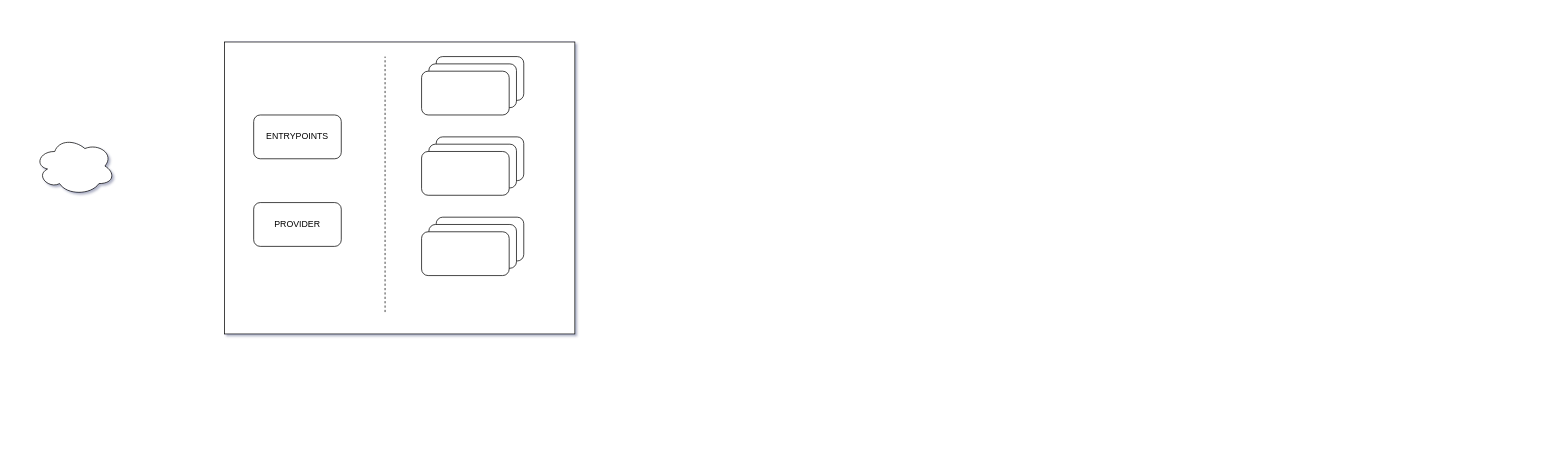
Above: traefik.drawio in flyaways/draw.io (draw.io), before the change. Source tidied: cells renumbered, new cells numbered last; positions are measured from the earlier drawing's top-left corner, leaving out a move shared by most shapes. Both pictures are drawn from the tidied source at 73%, with x=0, y=0 at pixel (34, 42).
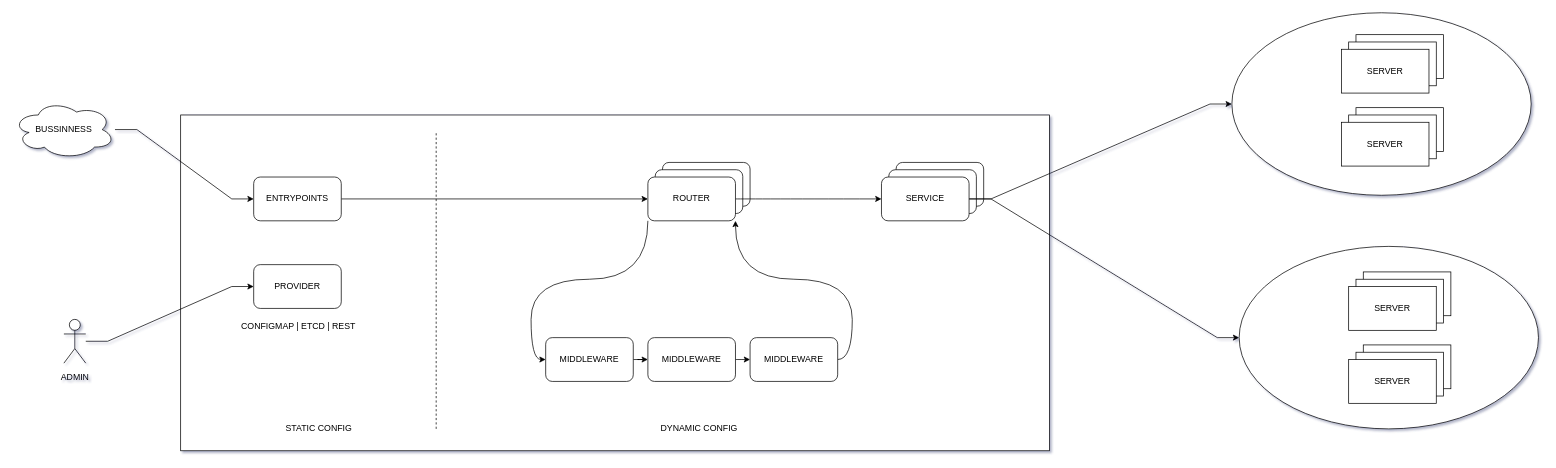
After the change.

Diff of the diagram source:
```diff
@@
     <mxCell id="2" style="rounded=0;whiteSpace=wrap;html=1;" parent="1" vertex="1">
-      <mxGeometry x="260" width="480" height="400" as="geometry" />
+      <mxGeometry x="200" y="100" width="1190" height="460" as="geometry" />
     </mxCell>
+    <mxCell id="16" style="edgeStyle=orthogonalEdgeStyle;rounded=0;jettySize=auto;html=1;" parent="1" edge="1" source="3" target="7">
+      <mxGeometry relative="1" as="geometry" />
+    </mxCell>
     <mxCell id="3" value="ENTRYPOINTS" style="rounded=1;whiteSpace=wrap;html=1;" parent="1" vertex="1">
-      <mxGeometry x="300" y="100" width="120" height="60" as="geometry" />
+      <mxGeometry x="300" y="185" width="120" height="60" as="geometry" />
     </mxCell>
     <mxCell id="4" value="PROVIDER" style="rounded=1;whiteSpace=wrap;html=1;" parent="1" vertex="1">
-      <mxGeometry x="300" y="220" width="120" height="60" as="geometry" />
+      <mxGeometry x="300" y="305" width="120" height="60" as="geometry" />
     </mxCell>
     <mxCell id="5" style="rounded=1;whiteSpace=wrap;html=1;" parent="1" vertex="1">
-      <mxGeometry x="550" y="20" width="120" height="60" as="geometry" />
+      <mxGeometry x="860" y="165" width="120" height="60" as="geometry" />
     </mxCell>
     <mxCell id="6" style="rounded=1;whiteSpace=wrap;html=1;" parent="1" vertex="1">
-      <mxGeometry x="540" y="30" width="120" height="60" as="geometry" />
+      <mxGeometry x="850" y="175" width="120" height="60" as="geometry" />
     </mxCell>
+    <mxCell id="17" style="edgeStyle=orthogonalEdgeStyle;curved=1;rounded=0;jettySize=auto;html=1;exitX=0;exitY=1;exitDx=0;exitDy=0;entryX=0;entryY=0.5;entryDx=0;entryDy=0;" parent="1" edge="1" source="7" target="25">
+      <mxGeometry relative="1" as="geometry" />
+    </mxCell>
+    <mxCell id="18" style="edgeStyle=orthogonalEdgeStyle;curved=1;rounded=0;jettySize=auto;html=1;exitX=1;exitY=0.5;exitDx=0;exitDy=0;" parent="1" edge="1" source="7" target="10">
+      <mxGeometry relative="1" as="geometry" />
+    </mxCell>
-    <mxCell id="7" style="rounded=1;whiteSpace=wrap;html=1;" parent="1" vertex="1">
-      <mxGeometry x="530" y="40" width="120" height="60" as="geometry" />
+    <mxCell id="7" value="ROUTER" style="rounded=1;whiteSpace=wrap;html=1;" parent="1" vertex="1">
+      <mxGeometry x="840" y="185" width="120" height="60" as="geometry" />
     </mxCell>
     <mxCell id="8" style="rounded=1;whiteSpace=wrap;html=1;" parent="1" vertex="1">
-      <mxGeometry x="550" y="130" width="120" height="60" as="geometry" />
+      <mxGeometry x="1180" y="165" width="120" height="60" as="geometry" />
     </mxCell>
     <mxCell id="9" style="rounded=1;whiteSpace=wrap;html=1;" parent="1" vertex="1">
-      <mxGeometry x="540" y="140" width="120" height="60" as="geometry" />
+      <mxGeometry x="1170" y="175" width="120" height="60" as="geometry" />
     </mxCell>
+    <mxCell id="19" style="edgeStyle=entityRelationEdgeStyle;rounded=0;jettySize=auto;html=1;exitX=1;exitY=0.5;exitDx=0;exitDy=0;entryX=0;entryY=0.5;entryDx=0;entryDy=0;" parent="1" edge="1" source="10" target="22">
+      <mxGeometry relative="1" as="geometry" />
+    </mxCell>
+    <mxCell id="20" style="edgeStyle=entityRelationEdgeStyle;rounded=0;jettySize=auto;html=1;exitX=1;exitY=0.5;exitDx=0;exitDy=0;entryX=0;entryY=0.5;entryDx=0;entryDy=0;" parent="1" edge="1" source="10" target="23">
+      <mxGeometry relative="1" as="geometry" />
+    </mxCell>
-    <mxCell id="10" style="rounded=1;whiteSpace=wrap;html=1;" parent="1" vertex="1">
-      <mxGeometry x="530" y="150" width="120" height="60" as="geometry" />
+    <mxCell id="10" value="SERVICE" style="rounded=1;whiteSpace=wrap;html=1;" parent="1" vertex="1">
+      <mxGeometry x="1160" y="185" width="120" height="60" as="geometry" />
     </mxCell>
-    <mxCell id="11" style="rounded=1;whiteSpace=wrap;html=1;" parent="1" vertex="1">
-      <mxGeometry x="550" y="240" width="120" height="60" as="geometry" />
-    </mxCell>
-    <mxCell id="12" style="rounded=1;whiteSpace=wrap;html=1;" parent="1" vertex="1">
-      <mxGeometry x="540" y="250" width="120" height="60" as="geometry" />
-    </mxCell>
-    <mxCell id="13" style="rounded=1;whiteSpace=wrap;html=1;" parent="1" vertex="1">
-      <mxGeometry x="530" y="260" width="120" height="60" as="geometry" />
-    </mxCell>
     <mxCell id="14" style="endArrow=none;dashed=1;html=1;" parent="1" edge="1">
       <mxGeometry relative="1" as="geometry">
-        <mxPoint x="480" y="370" as="sourcePoint" />
-        <mxPoint x="480" y="20" as="targetPoint" />
+        <mxPoint x="550" y="530" as="sourcePoint" />
+        <mxPoint x="550" y="124" as="targetPoint" />
       </mxGeometry>
     </mxCell>
+    <mxCell id="21" style="edgeStyle=entityRelationEdgeStyle;rounded=0;jettySize=auto;html=1;" parent="1" edge="1" source="15" target="3">
+      <mxGeometry relative="1" as="geometry" />
+    </mxCell>
-    <mxCell id="15" style="ellipse;shape=cloud;whiteSpace=wrap;html=1;" parent="1" vertex="1">
-      <mxGeometry y="130" width="110" height="80" as="geometry" />
+    <mxCell id="15" value="BUSSINNESS" style="ellipse;shape=cloud;whiteSpace=wrap;html=1;" parent="1" vertex="1">
+      <mxGeometry x="-30" y="80" width="140" height="80" as="geometry" />
     </mxCell>
+    <mxCell id="22" style="ellipse;whiteSpace=wrap;html=1;" parent="1" vertex="1">
+      <mxGeometry x="1640" y="-40" width="410" height="250" as="geometry" />
+    </mxCell>
+    <mxCell id="23" style="ellipse;whiteSpace=wrap;html=1;" parent="1" vertex="1">
+      <mxGeometry x="1650" y="280" width="410" height="250" as="geometry" />
+    </mxCell>
+    <mxCell id="24" style="edgeStyle=orthogonalEdgeStyle;curved=1;rounded=0;jettySize=auto;html=1;exitX=1;exitY=0.5;exitDx=0;exitDy=0;" parent="1" edge="1" source="25" target="45">
+      <mxGeometry relative="1" as="geometry" />
+    </mxCell>
+    <mxCell id="25" value="&lt;span style=&quot;font-family: &amp;#34;helvetica&amp;#34;&quot;&gt;MIDDLEWARE&lt;/span&gt;" style="rounded=1;whiteSpace=wrap;html=1;" parent="1" vertex="1">
+      <mxGeometry x="700" y="405" width="120" height="60" as="geometry" />
+    </mxCell>
+    <mxCell id="26" style="rounded=0;whiteSpace=wrap;html=1;" parent="1" vertex="1">
+      <mxGeometry x="1810" y="-10" width="120" height="60" as="geometry" />
+    </mxCell>
+    <mxCell id="27" style="rounded=0;whiteSpace=wrap;html=1;" parent="1" vertex="1">
+      <mxGeometry x="1800" width="120" height="60" as="geometry" />
+    </mxCell>
+    <mxCell id="28" value="SERVER" style="rounded=0;whiteSpace=wrap;html=1;" parent="1" vertex="1">
+      <mxGeometry x="1790" y="10" width="120" height="60" as="geometry" />
+    </mxCell>
+    <mxCell id="29" style="rounded=0;whiteSpace=wrap;html=1;" parent="1" vertex="1">
+      <mxGeometry x="1810" y="90" width="120" height="60" as="geometry" />
+    </mxCell>
+    <mxCell id="30" style="rounded=0;whiteSpace=wrap;html=1;" parent="1" vertex="1">
+      <mxGeometry x="1800" y="100" width="120" height="60" as="geometry" />
+    </mxCell>
+    <mxCell id="31" value="&lt;span&gt;SERVER&lt;/span&gt;" style="rounded=0;whiteSpace=wrap;html=1;" parent="1" vertex="1">
+      <mxGeometry x="1790" y="110" width="120" height="60" as="geometry" />
+    </mxCell>
+    <mxCell id="32" style="rounded=0;whiteSpace=wrap;html=1;" parent="1" vertex="1">
+      <mxGeometry x="1820" y="315" width="120" height="60" as="geometry" />
+    </mxCell>
+    <mxCell id="33" style="rounded=0;whiteSpace=wrap;html=1;" parent="1" vertex="1">
+      <mxGeometry x="1810" y="325" width="120" height="60" as="geometry" />
+    </mxCell>
+    <mxCell id="34" value="SERVER" style="rounded=0;whiteSpace=wrap;html=1;" parent="1" vertex="1">
+      <mxGeometry x="1800" y="335" width="120" height="60" as="geometry" />
+    </mxCell>
+    <mxCell id="35" style="rounded=0;whiteSpace=wrap;html=1;" parent="1" vertex="1">
+      <mxGeometry x="1820" y="415" width="120" height="60" as="geometry" />
+    </mxCell>
+    <mxCell id="36" style="rounded=0;whiteSpace=wrap;html=1;" parent="1" vertex="1">
+      <mxGeometry x="1810" y="425" width="120" height="60" as="geometry" />
+    </mxCell>
+    <mxCell id="37" value="&lt;span&gt;SERVER&lt;/span&gt;" style="rounded=0;whiteSpace=wrap;html=1;" parent="1" vertex="1">
+      <mxGeometry x="1800" y="435" width="120" height="60" as="geometry" />
+    </mxCell>
+    <mxCell id="38" value="ADMIN" style="text;html=1;align=center;verticalAlign=middle;fillColor=none;strokeColor=none;rounded=0;" parent="1" vertex="1">
+      <mxGeometry x="30" y="450" width="50" height="20" as="geometry" />
+    </mxCell>
+    <mxCell id="39" value="STATIC CONFIG" style="text;html=1;align=center;verticalAlign=middle;" parent="1" vertex="1">
+      <mxGeometry x="334" y="520" width="110" height="20" as="geometry" />
+    </mxCell>
+    <mxCell id="40" value="DYNAMIC CONFIG" style="text;html=1;align=center;verticalAlign=middle;" parent="1" vertex="1">
+      <mxGeometry x="850" y="520" width="120" height="20" as="geometry" />
+    </mxCell>
+    <mxCell id="41" style="edgeStyle=entityRelationEdgeStyle;rounded=0;jettySize=auto;html=1;" parent="1" edge="1" source="42" target="4">
+      <mxGeometry relative="1" as="geometry" />
+    </mxCell>
+    <mxCell id="42" style="shape=umlActor;verticalLabelPosition=bottom;labelBackgroundColor=#ffffff;verticalAlign=top;html=1;outlineConnect=0;" parent="1" vertex="1">
+      <mxGeometry x="40" y="380" width="30" height="60" as="geometry" />
+    </mxCell>
+    <mxCell id="43" value="CONFIGMAP | ETCD | REST" style="text;html=1;align=center;verticalAlign=middle;fillColor=none;strokeColor=none;rounded=0;" parent="1" vertex="1">
+      <mxGeometry x="277" y="380" width="167" height="18" as="geometry" />
+    </mxCell>
+    <mxCell id="44" style="edgeStyle=orthogonalEdgeStyle;curved=1;rounded=0;jettySize=auto;html=1;exitX=1;exitY=0.5;exitDx=0;exitDy=0;entryX=0;entryY=0.5;entryDx=0;entryDy=0;" parent="1" edge="1" source="45" target="47">
+      <mxGeometry relative="1" as="geometry" />
+    </mxCell>
+    <mxCell id="45" value="&lt;span style=&quot;font-family: &amp;#34;helvetica&amp;#34;&quot;&gt;MIDDLEWARE&lt;/span&gt;" style="rounded=1;whiteSpace=wrap;html=1;" parent="1" vertex="1">
+      <mxGeometry x="840" y="405" width="120" height="60" as="geometry" />
+    </mxCell>
+    <mxCell id="46" style="edgeStyle=orthogonalEdgeStyle;curved=1;rounded=0;jettySize=auto;html=1;exitX=1;exitY=0.5;exitDx=0;exitDy=0;entryX=1;entryY=1;entryDx=0;entryDy=0;" parent="1" edge="1" source="47" target="7">
+      <mxGeometry relative="1" as="geometry" />
+    </mxCell>
+    <mxCell id="47" value="&lt;span style=&quot;font-family: &amp;#34;helvetica&amp;#34;&quot;&gt;MIDDLEWARE&lt;/span&gt;" style="rounded=1;whiteSpace=wrap;html=1;" parent="1" vertex="1">
+      <mxGeometry x="980" y="405" width="120" height="60" as="geometry" />
+    </mxCell>
```
